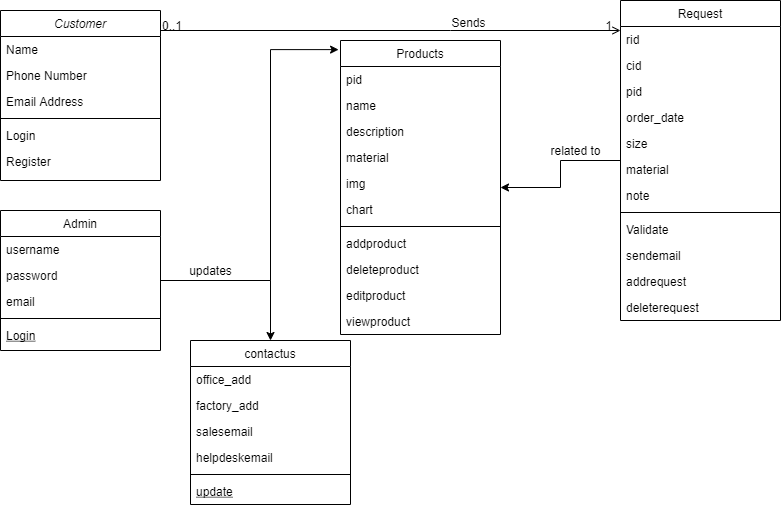
Before: Documentation/class_diagram.drawio.png, a diagram exported from draw.io (codewithnick/navkar-fittings-and-co). Source tidied: cells renumbered, new cells last; positions are measured from the earlier drawing's top-left corner, leaving out a move shared by most shapes. The source it was exported from:
```xml
<mxGraphModel>
  <root>
    <mxCell id="0" />
    <mxCell id="1" parent="0" />
    <mxCell id="2" value="Customer" style="swimlane;fontStyle=2;align=center;verticalAlign=top;horizontal=1;startSize=26;rounded=0;shadow=0;strokeWidth=1;" parent="1" vertex="1">
      <mxGeometry y="10" width="160" height="170" as="geometry" />
    </mxCell>
    <mxCell id="3" value="Name" style="text;align=left;verticalAlign=top;spacingLeft=4;spacingRight=4;overflow=hidden;" parent="2" vertex="1">
      <mxGeometry y="26" width="160" height="26" as="geometry" />
    </mxCell>
    <mxCell id="4" value="Phone Number" style="text;align=left;verticalAlign=top;spacingLeft=4;spacingRight=4;overflow=hidden;rounded=0;shadow=0;html=0;" parent="2" vertex="1">
      <mxGeometry y="52" width="160" height="26" as="geometry" />
    </mxCell>
    <mxCell id="5" value="Email Address" style="text;align=left;verticalAlign=top;spacingLeft=4;spacingRight=4;overflow=hidden;rounded=0;shadow=0;html=0;" parent="2" vertex="1">
      <mxGeometry y="78" width="160" height="26" as="geometry" />
    </mxCell>
    <mxCell id="6" style="line;html=1;strokeWidth=1;align=left;verticalAlign=middle;spacingTop=-1;spacingLeft=3;spacingRight=3;labelPosition=right;" parent="2" vertex="1">
      <mxGeometry y="104" width="160" height="8" as="geometry" />
    </mxCell>
    <mxCell id="7" value="Login&#10;" style="text;align=left;verticalAlign=top;spacingLeft=4;spacingRight=4;overflow=hidden;" parent="2" vertex="1">
      <mxGeometry y="112" width="160" height="26" as="geometry" />
    </mxCell>
    <mxCell id="8" value="Register" style="text;align=left;verticalAlign=top;spacingLeft=4;spacingRight=4;overflow=hidden;" parent="2" vertex="1">
      <mxGeometry y="138" width="160" height="26" as="geometry" />
    </mxCell>
    <mxCell id="9" style="edgeStyle=orthogonalEdgeStyle;rounded=0;jettySize=auto;html=1;entryX=-0.012;entryY=0.031;entryDx=0;entryDy=0;entryPerimeter=0;" parent="1" edge="1" source="11" target="35">
      <mxGeometry relative="1" as="geometry">
        <Array as="points">
          <mxPoint x="270" y="280" />
          <mxPoint x="270" y="49" />
        </Array>
      </mxGeometry>
    </mxCell>
    <mxCell id="10" style="edgeStyle=orthogonalEdgeStyle;rounded=0;jettySize=auto;html=1;entryX=0.5;entryY=0;entryDx=0;entryDy=0;" parent="1" edge="1" source="11" target="49">
      <mxGeometry relative="1" as="geometry" />
    </mxCell>
    <mxCell id="11" value="Admin" style="swimlane;fontStyle=0;align=center;verticalAlign=top;horizontal=1;startSize=26;rounded=0;shadow=0;strokeWidth=1;" parent="1" vertex="1">
      <mxGeometry y="210" width="160" height="140" as="geometry" />
    </mxCell>
    <mxCell id="12" value="username" style="text;align=left;verticalAlign=top;spacingLeft=4;spacingRight=4;overflow=hidden;" parent="11" vertex="1">
      <mxGeometry y="26" width="160" height="26" as="geometry" />
    </mxCell>
    <mxCell id="13" value="password" style="text;align=left;verticalAlign=top;spacingLeft=4;spacingRight=4;overflow=hidden;rounded=0;shadow=0;html=0;" parent="11" vertex="1">
      <mxGeometry y="52" width="160" height="26" as="geometry" />
    </mxCell>
    <mxCell id="14" value="email" style="text;align=left;verticalAlign=top;spacingLeft=4;spacingRight=4;overflow=hidden;rounded=0;shadow=0;html=0;" parent="11" vertex="1">
      <mxGeometry y="78" width="160" height="26" as="geometry" />
    </mxCell>
    <mxCell id="15" style="line;html=1;strokeWidth=1;align=left;verticalAlign=middle;spacingTop=-1;spacingLeft=3;spacingRight=3;labelPosition=right;" parent="11" vertex="1">
      <mxGeometry y="104" width="160" height="8" as="geometry" />
    </mxCell>
    <mxCell id="16" value="Login" style="text;align=left;verticalAlign=top;spacingLeft=4;spacingRight=4;overflow=hidden;fontStyle=4;" parent="11" vertex="1">
      <mxGeometry y="112" width="160" height="26" as="geometry" />
    </mxCell>
    <mxCell id="17" style="edgeStyle=orthogonalEdgeStyle;rounded=0;jettySize=auto;html=1;" parent="1" edge="1" source="18" target="35">
      <mxGeometry relative="1" as="geometry" />
    </mxCell>
    <mxCell id="18" value="Request" style="swimlane;fontStyle=0;align=center;verticalAlign=top;horizontal=1;startSize=26;rounded=0;shadow=0;strokeWidth=1;" parent="1" vertex="1">
      <mxGeometry x="620" width="160" height="320" as="geometry" />
    </mxCell>
    <mxCell id="19" value="rid" style="text;align=left;verticalAlign=top;spacingLeft=4;spacingRight=4;overflow=hidden;" parent="18" vertex="1">
      <mxGeometry y="26" width="160" height="26" as="geometry" />
    </mxCell>
    <mxCell id="20" value="cid" style="text;align=left;verticalAlign=top;spacingLeft=4;spacingRight=4;overflow=hidden;rounded=0;shadow=0;html=0;" parent="18" vertex="1">
      <mxGeometry y="52" width="160" height="26" as="geometry" />
    </mxCell>
    <mxCell id="21" value="pid" style="text;align=left;verticalAlign=top;spacingLeft=4;spacingRight=4;overflow=hidden;rounded=0;shadow=0;html=0;" parent="18" vertex="1">
      <mxGeometry y="78" width="160" height="26" as="geometry" />
    </mxCell>
    <mxCell id="22" value="order_date" style="text;align=left;verticalAlign=top;spacingLeft=4;spacingRight=4;overflow=hidden;rounded=0;shadow=0;html=0;" parent="18" vertex="1">
      <mxGeometry y="104" width="160" height="26" as="geometry" />
    </mxCell>
    <mxCell id="23" value="size" style="text;align=left;verticalAlign=top;spacingLeft=4;spacingRight=4;overflow=hidden;rounded=0;shadow=0;html=0;" parent="18" vertex="1">
      <mxGeometry y="130" width="160" height="26" as="geometry" />
    </mxCell>
    <mxCell id="24" value="material" style="text;align=left;verticalAlign=top;spacingLeft=4;spacingRight=4;overflow=hidden;rounded=0;shadow=0;html=0;" parent="18" vertex="1">
      <mxGeometry y="156" width="160" height="26" as="geometry" />
    </mxCell>
    <mxCell id="25" value="note" style="text;align=left;verticalAlign=top;spacingLeft=4;spacingRight=4;overflow=hidden;rounded=0;shadow=0;html=0;" parent="18" vertex="1">
      <mxGeometry y="182" width="160" height="26" as="geometry" />
    </mxCell>
    <mxCell id="26" style="line;html=1;strokeWidth=1;align=left;verticalAlign=middle;spacingTop=-1;spacingLeft=3;spacingRight=3;labelPosition=right;" parent="18" vertex="1">
      <mxGeometry y="208" width="160" height="8" as="geometry" />
    </mxCell>
    <mxCell id="27" value="Validate" style="text;align=left;verticalAlign=top;spacingLeft=4;spacingRight=4;overflow=hidden;" parent="18" vertex="1">
      <mxGeometry y="216" width="160" height="26" as="geometry" />
    </mxCell>
    <mxCell id="28" value="sendemail" style="text;align=left;verticalAlign=top;spacingLeft=4;spacingRight=4;overflow=hidden;" parent="18" vertex="1">
      <mxGeometry y="242" width="160" height="26" as="geometry" />
    </mxCell>
    <mxCell id="29" value="addrequest" style="text;align=left;verticalAlign=top;spacingLeft=4;spacingRight=4;overflow=hidden;" parent="18" vertex="1">
      <mxGeometry y="268" width="160" height="26" as="geometry" />
    </mxCell>
    <mxCell id="30" value="deleterequest" style="text;align=left;verticalAlign=top;spacingLeft=4;spacingRight=4;overflow=hidden;" parent="18" vertex="1">
      <mxGeometry y="294" width="160" height="26" as="geometry" />
    </mxCell>
    <mxCell id="31" style="endArrow=open;shadow=0;strokeWidth=1;rounded=0;endFill=1;edgeStyle=elbowEdgeStyle;elbow=vertical;" parent="1" edge="1" source="2" target="18">
      <mxGeometry x="0.5" y="41" relative="1" as="geometry">
        <Array as="points">
          <mxPoint x="450" y="30" />
        </Array>
        <mxPoint x="-40" y="32" as="offset" />
      </mxGeometry>
    </mxCell>
    <mxCell id="32" value="0..1" style="align=left;verticalAlign=bottom;labelBackgroundColor=none;fontSize=12;" parent="31" vertex="1">
      <mxGeometry x="-1" relative="1" as="geometry">
        <mxPoint y="4" as="offset" />
      </mxGeometry>
    </mxCell>
    <mxCell id="33" value="1" style="align=right;verticalAlign=bottom;labelBackgroundColor=none;fontSize=12;" parent="31" vertex="1">
      <mxGeometry x="1" relative="1" as="geometry">
        <mxPoint x="-7" y="4" as="offset" />
      </mxGeometry>
    </mxCell>
    <mxCell id="34" value="Sends" style="text;html=1;align=center;verticalAlign=middle;labelBackgroundColor=none;rounded=0;shadow=0;strokeWidth=1;fontSize=12;" parent="31" vertex="1">
      <mxGeometry x="0.5" y="49" relative="1" as="geometry">
        <mxPoint x="-38" y="40" as="offset" />
      </mxGeometry>
    </mxCell>
    <mxCell id="35" value="Products" style="swimlane;fontStyle=0;align=center;verticalAlign=top;horizontal=1;startSize=26;rounded=0;shadow=0;strokeWidth=1;" parent="1" vertex="1">
      <mxGeometry x="340" y="40" width="160" height="294" as="geometry" />
    </mxCell>
    <mxCell id="36" value="pid" style="text;align=left;verticalAlign=top;spacingLeft=4;spacingRight=4;overflow=hidden;rounded=0;shadow=0;html=0;" parent="35" vertex="1">
      <mxGeometry y="26" width="160" height="26" as="geometry" />
    </mxCell>
    <mxCell id="37" value="name" style="text;align=left;verticalAlign=top;spacingLeft=4;spacingRight=4;overflow=hidden;rounded=0;shadow=0;html=0;" parent="35" vertex="1">
      <mxGeometry y="52" width="160" height="26" as="geometry" />
    </mxCell>
    <mxCell id="38" value="description" style="text;align=left;verticalAlign=top;spacingLeft=4;spacingRight=4;overflow=hidden;rounded=0;shadow=0;html=0;" parent="35" vertex="1">
      <mxGeometry y="78" width="160" height="26" as="geometry" />
    </mxCell>
    <mxCell id="39" value="material" style="text;align=left;verticalAlign=top;spacingLeft=4;spacingRight=4;overflow=hidden;rounded=0;shadow=0;html=0;" parent="35" vertex="1">
      <mxGeometry y="104" width="160" height="26" as="geometry" />
    </mxCell>
    <mxCell id="40" value="img" style="text;align=left;verticalAlign=top;spacingLeft=4;spacingRight=4;overflow=hidden;rounded=0;shadow=0;html=0;" parent="35" vertex="1">
      <mxGeometry y="130" width="160" height="26" as="geometry" />
    </mxCell>
    <mxCell id="41" value="chart" style="text;align=left;verticalAlign=top;spacingLeft=4;spacingRight=4;overflow=hidden;rounded=0;shadow=0;html=0;" parent="35" vertex="1">
      <mxGeometry y="156" width="160" height="26" as="geometry" />
    </mxCell>
    <mxCell id="42" style="line;html=1;strokeWidth=1;align=left;verticalAlign=middle;spacingTop=-1;spacingLeft=3;spacingRight=3;labelPosition=right;" parent="35" vertex="1">
      <mxGeometry y="182" width="160" height="8" as="geometry" />
    </mxCell>
    <mxCell id="43" value="addproduct" style="text;align=left;verticalAlign=top;spacingLeft=4;spacingRight=4;overflow=hidden;" parent="35" vertex="1">
      <mxGeometry y="190" width="160" height="26" as="geometry" />
    </mxCell>
    <mxCell id="44" value="deleteproduct" style="text;align=left;verticalAlign=top;spacingLeft=4;spacingRight=4;overflow=hidden;" parent="35" vertex="1">
      <mxGeometry y="216" width="160" height="26" as="geometry" />
    </mxCell>
    <mxCell id="45" value="editproduct" style="text;align=left;verticalAlign=top;spacingLeft=4;spacingRight=4;overflow=hidden;" parent="35" vertex="1">
      <mxGeometry y="242" width="160" height="26" as="geometry" />
    </mxCell>
    <mxCell id="46" value="viewproduct" style="text;align=left;verticalAlign=top;spacingLeft=4;spacingRight=4;overflow=hidden;" parent="35" vertex="1">
      <mxGeometry y="268" width="160" height="26" as="geometry" />
    </mxCell>
    <mxCell id="47" value="updates" style="text;html=1;align=center;verticalAlign=middle;strokeColor=none;fillColor=none;" parent="1" vertex="1">
      <mxGeometry x="180" y="260" width="60" height="20" as="geometry" />
    </mxCell>
    <mxCell id="48" value="related to" style="text;html=1;align=center;verticalAlign=middle;strokeColor=none;fillColor=none;" parent="1" vertex="1">
      <mxGeometry x="540" y="140" width="70" height="20" as="geometry" />
    </mxCell>
    <mxCell id="49" value="contactus" style="swimlane;fontStyle=0;align=center;verticalAlign=top;horizontal=1;startSize=26;rounded=0;shadow=0;strokeWidth=1;" parent="1" vertex="1">
      <mxGeometry x="190" y="340" width="160" height="164" as="geometry" />
    </mxCell>
    <mxCell id="50" value="office_add" style="text;align=left;verticalAlign=top;spacingLeft=4;spacingRight=4;overflow=hidden;" parent="49" vertex="1">
      <mxGeometry y="26" width="160" height="26" as="geometry" />
    </mxCell>
    <mxCell id="51" value="factory_add" style="text;align=left;verticalAlign=top;spacingLeft=4;spacingRight=4;overflow=hidden;rounded=0;shadow=0;html=0;" parent="49" vertex="1">
      <mxGeometry y="52" width="160" height="26" as="geometry" />
    </mxCell>
    <mxCell id="52" value="salesemail" style="text;align=left;verticalAlign=top;spacingLeft=4;spacingRight=4;overflow=hidden;rounded=0;shadow=0;html=0;" parent="49" vertex="1">
      <mxGeometry y="78" width="160" height="26" as="geometry" />
    </mxCell>
    <mxCell id="53" value="helpdeskemail" style="text;align=left;verticalAlign=top;spacingLeft=4;spacingRight=4;overflow=hidden;rounded=0;shadow=0;html=0;" parent="49" vertex="1">
      <mxGeometry y="104" width="160" height="26" as="geometry" />
    </mxCell>
    <mxCell id="54" style="line;html=1;strokeWidth=1;align=left;verticalAlign=middle;spacingTop=-1;spacingLeft=3;spacingRight=3;labelPosition=right;" parent="49" vertex="1">
      <mxGeometry y="130" width="160" height="8" as="geometry" />
    </mxCell>
    <mxCell id="55" value="update" style="text;align=left;verticalAlign=top;spacingLeft=4;spacingRight=4;overflow=hidden;fontStyle=4;" parent="49" vertex="1">
      <mxGeometry y="138" width="160" height="26" as="geometry" />
    </mxCell>
  </root>
</mxGraphModel>
```
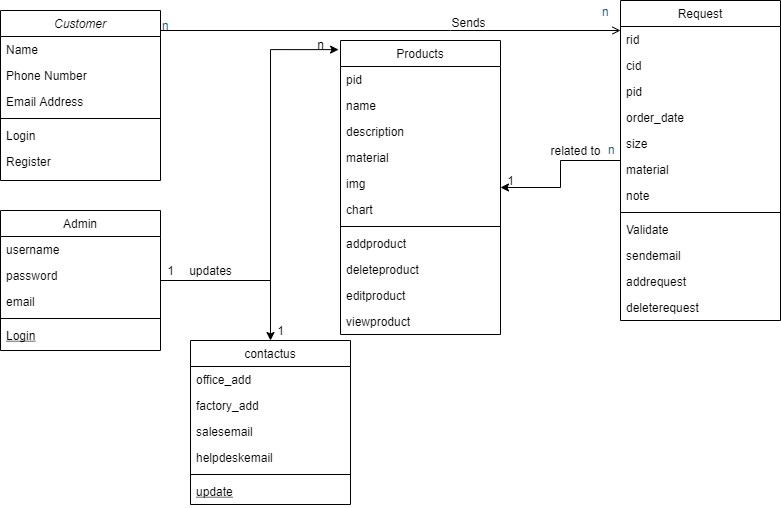
Later version of the same file.

What changed in the source:
```diff
@@ -102,16 +102,6 @@
         <mxPoint x="-40" y="32" as="offset" />
       </mxGeometry>
     </mxCell>
-    <mxCell id="32" value="0..1" style="align=left;verticalAlign=bottom;labelBackgroundColor=none;fontSize=12;" parent="31" vertex="1">
-      <mxGeometry x="-1" relative="1" as="geometry">
-        <mxPoint y="4" as="offset" />
-      </mxGeometry>
-    </mxCell>
-    <mxCell id="33" value="1" style="align=right;verticalAlign=bottom;labelBackgroundColor=none;fontSize=12;" parent="31" vertex="1">
-      <mxGeometry x="1" relative="1" as="geometry">
-        <mxPoint x="-7" y="4" as="offset" />
-      </mxGeometry>
-    </mxCell>
     <mxCell id="34" value="Sends" style="text;html=1;align=center;verticalAlign=middle;labelBackgroundColor=none;rounded=0;shadow=0;strokeWidth=1;fontSize=12;" parent="31" vertex="1">
       <mxGeometry x="0.5" y="49" relative="1" as="geometry">
         <mxPoint x="-38" y="40" as="offset" />
@@ -180,5 +170,28 @@
     <mxCell id="55" value="update" style="text;align=left;verticalAlign=top;spacingLeft=4;spacingRight=4;overflow=hidden;fontStyle=4;" parent="49" vertex="1">
       <mxGeometry y="138" width="160" height="26" as="geometry" />
     </mxCell>
+    <mxCell id="56" value="n" style="text;html=1;align=center;verticalAlign=middle;strokeColor=none;fillColor=none;" parent="1" vertex="1">
+      <mxGeometry x="310" y="34" width="20" height="20" as="geometry" />
+    </mxCell>
+    <mxCell id="57" value="1" style="text;html=1;align=center;verticalAlign=middle;strokeColor=none;fillColor=none;" parent="1" vertex="1">
+      <mxGeometry x="160" y="260" width="20" height="20" as="geometry" />
+    </mxCell>
+    <mxCell id="58" value="1" style="text;html=1;align=center;verticalAlign=middle;strokeColor=none;fillColor=none;" parent="1" vertex="1">
+      <mxGeometry x="270" y="320" width="20" height="20" as="geometry" />
+    </mxCell>
+    <mxCell id="59" value="1" style="text;html=1;align=center;verticalAlign=middle;strokeColor=none;fillColor=none;" parent="1" vertex="1">
+      <mxGeometry x="500" y="170" width="20" height="20" as="geometry" />
+    </mxCell>
+    <mxCell id="60" value="n" style="align=left;verticalAlign=bottom;labelBackgroundColor=none;fontSize=12;fillColor=#F694C1;strokeColor=#AF45ED;fontColor=#095C86;" parent="1" vertex="1">
+      <mxGeometry x="230" y="-80" as="geometry">
+        <mxPoint x="376" y="238" as="offset" />
+      </mxGeometry>
+    </mxCell>
+    <mxCell id="61" value="n" style="align=left;verticalAlign=bottom;labelBackgroundColor=none;fontSize=12;fillColor=#F694C1;strokeColor=#AF45ED;fontColor=#095C86;" parent="1" vertex="1">
+      <mxGeometry x="160" y="34" as="geometry" />
+    </mxCell>
+    <mxCell id="62" value="n" style="align=left;verticalAlign=bottom;labelBackgroundColor=none;fontSize=12;fillColor=#F694C1;strokeColor=#AF45ED;fontColor=#095C86;" parent="1" vertex="1">
+      <mxGeometry x="600" y="20" as="geometry" />
+    </mxCell>
   </root>
 </mxGraphModel>
```
